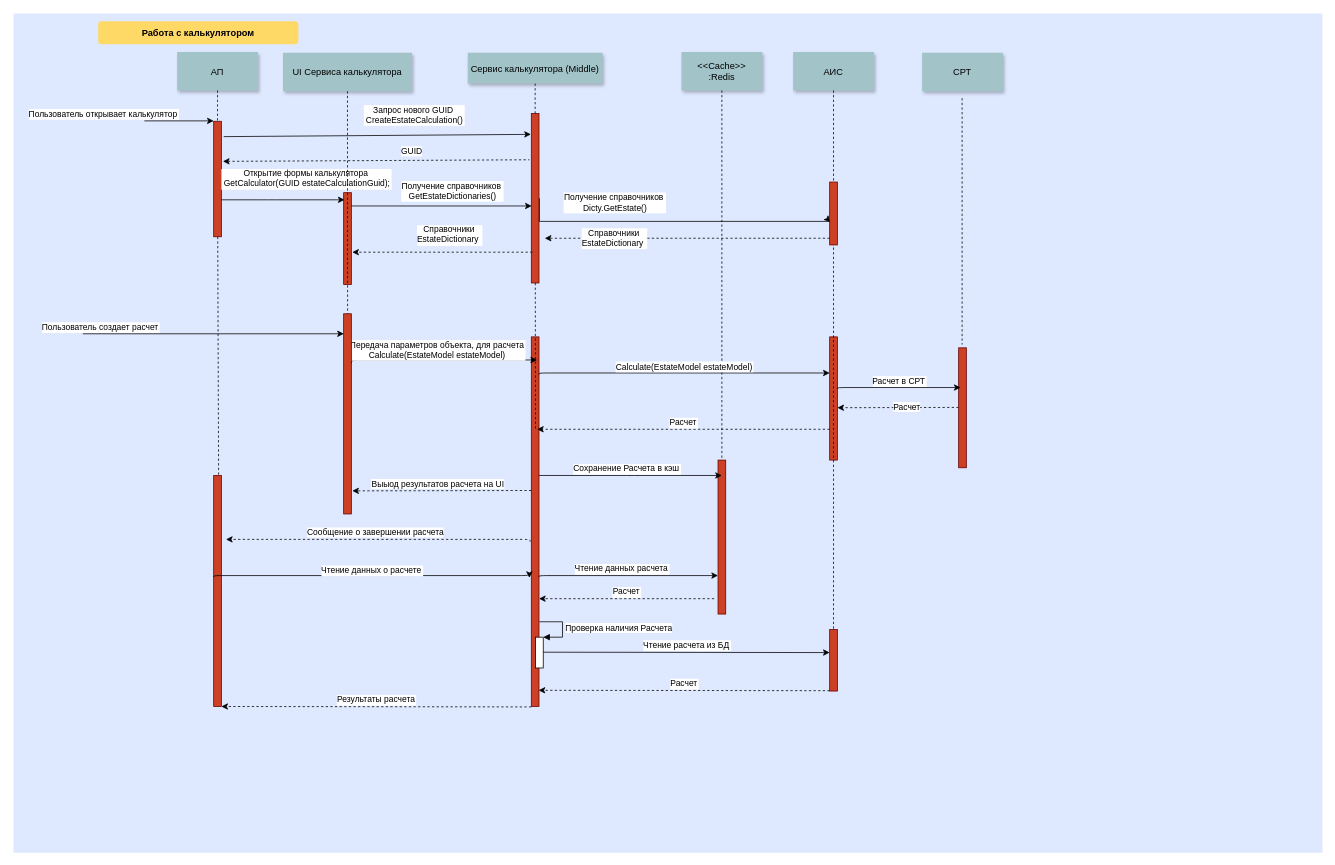
Above: Calculator/Sequence/Untitled Diagram.drawio in samsonovsa/uml (draw.io), before the change. Source tidied: cells renumbered, new cells numbered last; positions are measured from the earlier drawing's top-left corner, leaving out a move shared by most shapes. Both pictures are drawn from the tidied source at 77%, with x=0, y=0 at pixel (13, 13).
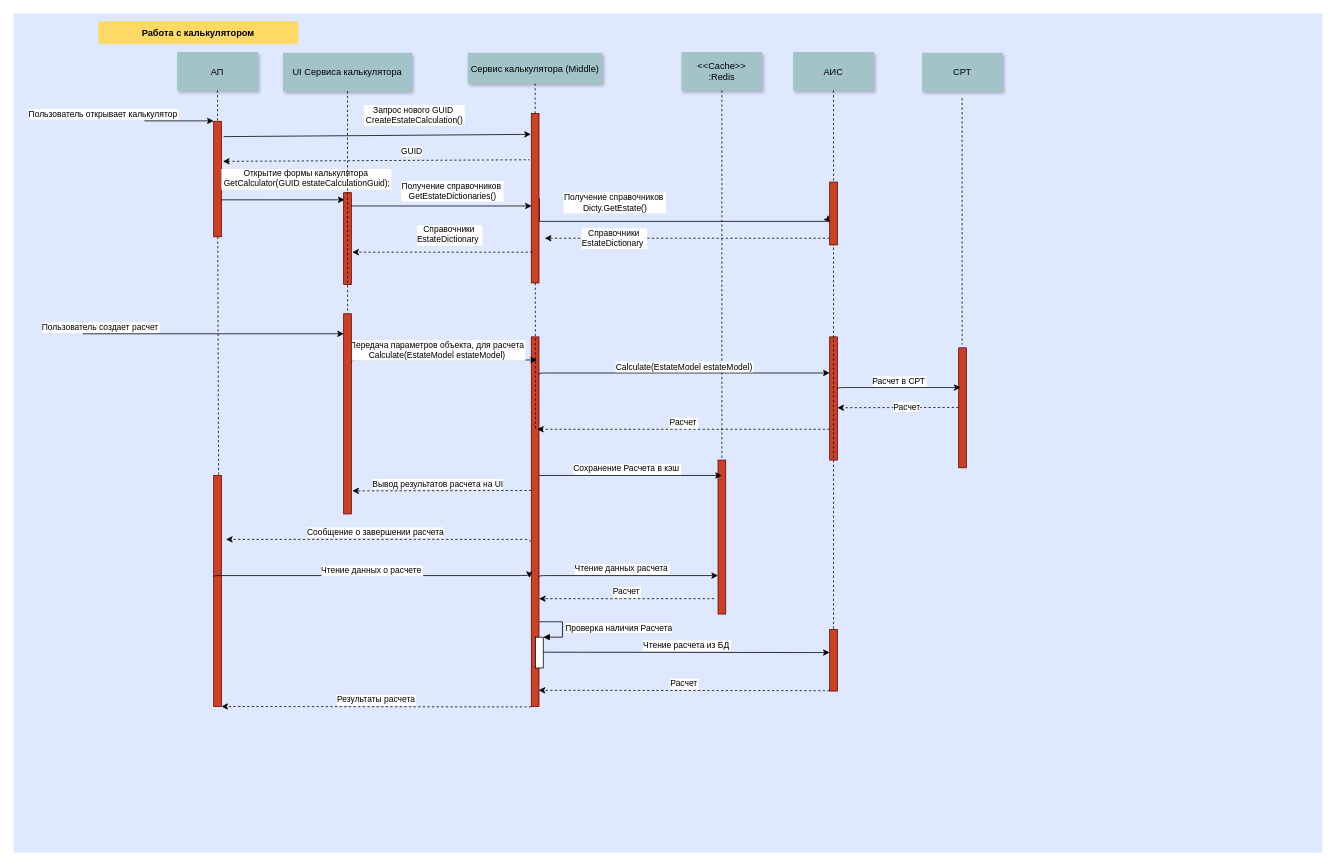
The same diagram, later.

The change refers to these unchanged cells:
```xml
<mxCell id="29" style="edgeStyle=elbowEdgeStyle;elbow=vertical;dashed=1;verticalLabelPosition=bottom;verticalAlign=top;" parent="1" edge="1">
  <mxGeometry x="777.5" y="744.3" as="geometry">
    <mxPoint x="672.5" y="619.5" as="sourcePoint" />
    <mxPoint x="440" y="620" as="targetPoint" />
  </mxGeometry>
</mxCell>
```

The edit, as a diff of the source:
```diff
@@
-    <mxCell id="30" value="Выыод результатов расчета на UI" style="edgeLabel;html=1;align=center;verticalAlign=middle;" parent="29" vertex="1">
+    <mxCell id="30" value="Вывод результатов расчета на UI" style="edgeLabel;html=1;align=center;verticalAlign=middle;" parent="29" vertex="1">
       <mxGeometry relative="1" as="geometry">
         <mxPoint x="-6" y="-10" as="offset" />
       </mxGeometry>
     </mxCell>
```
